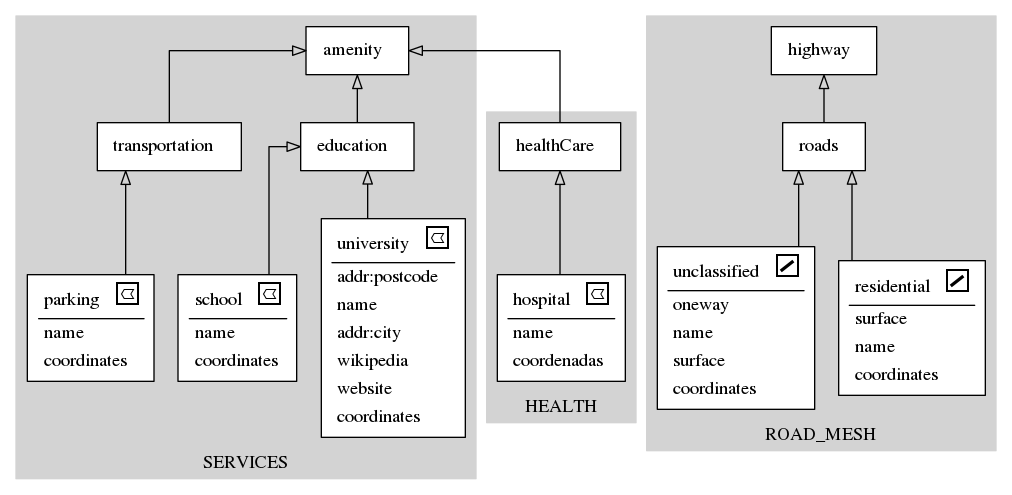
Before: schema.gv.png, a diagram exported from Graphviz (vinisperandio/OSM2Diagram_optmizated). Its source is kept beside it as schema.gv.
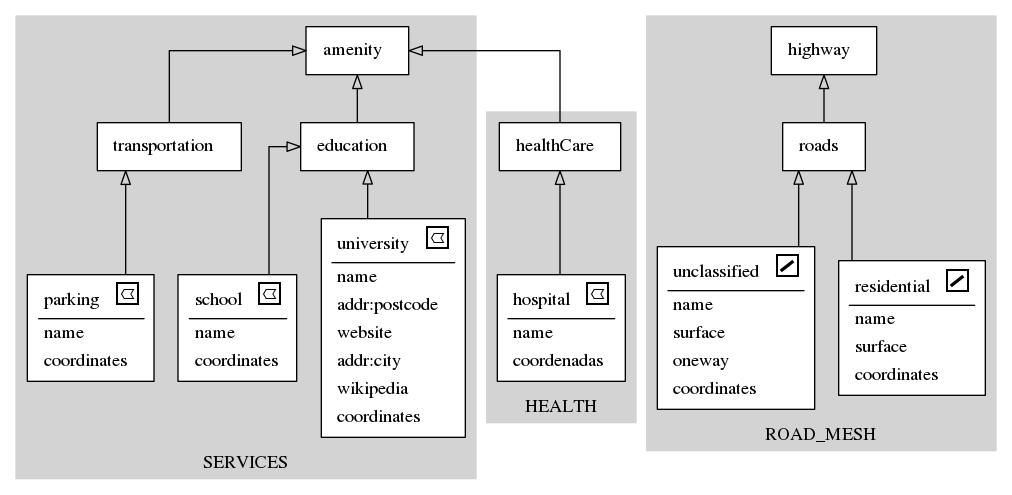
Above is the later version.

Change to the diagram source:
```diff
@@ -12,19 +12,19 @@
 			</TR>
 			<hr/>
 			<TR>
+				<TD align="left">name</TD>
+			 </TR>
+			<TR>
 				<TD align="left">addr:postcode</TD>
 			 </TR>
 			<TR>
-				<TD align="left">name</TD>
+				<TD align="left">website</TD>
 			 </TR>
 			<TR>
 				<TD align="left">addr:city</TD>
 			 </TR>
 			<TR>
 				<TD align="left">wikipedia</TD>
-			 </TR>
-			<TR>
-				<TD align="left">website</TD>
 			 </TR>
 			<TR>
 				<TD align="left">coordinates</TD>
@@ -114,10 +114,10 @@
 			</TR>
 			<hr/>
 			<TR>
-				<TD align="left">surface</TD>
+				<TD align="left">name</TD>
 			 </TR>
 			<TR>
-				<TD align="left">name</TD>
+				<TD align="left">surface</TD>
 			 </TR>
 			<TR>
 				<TD align="left">coordinates</TD>
@@ -137,13 +137,13 @@
 			</TR>
 			<hr/>
 			<TR>
-				<TD align="left">oneway</TD>
-			 </TR>
-			<TR>
 				<TD align="left">name</TD>
 			 </TR>
 			<TR>
 				<TD align="left">surface</TD>
+			 </TR>
+			<TR>
+				<TD align="left">oneway</TD>
 			 </TR>
 			<TR>
 				<TD align="left">coordinates</TD>
@@ -156,16 +156,16 @@
 			</TR>
 			</TABLE>>]
 	}
+		5 -> 1[arrowhead=onormal]
+		4 -> 1[arrowhead=onormal]
+		2 -> 4[arrowhead=onormal]
 		11 -> 9[arrowhead=onormal]
+		6 -> 7[arrowhead=onormal]
 		3 -> 5[arrowhead=onormal]
+		8 -> 11[arrowhead=onormal]
+		0 -> 4[arrowhead=onormal]
 		10 -> 11[arrowhead=onormal]
-		2 -> 4[arrowhead=onormal]
-		8 -> 11[arrowhead=onormal]
-		5 -> 1[arrowhead=onormal]
-		0 -> 4[arrowhead=onormal]
-		6 -> 7[arrowhead=onormal]
 		7 -> 1[arrowhead=onormal]
-		4 -> 1[arrowhead=onormal]
 	rankdir=BT
 	splines=ortho
 }
```
